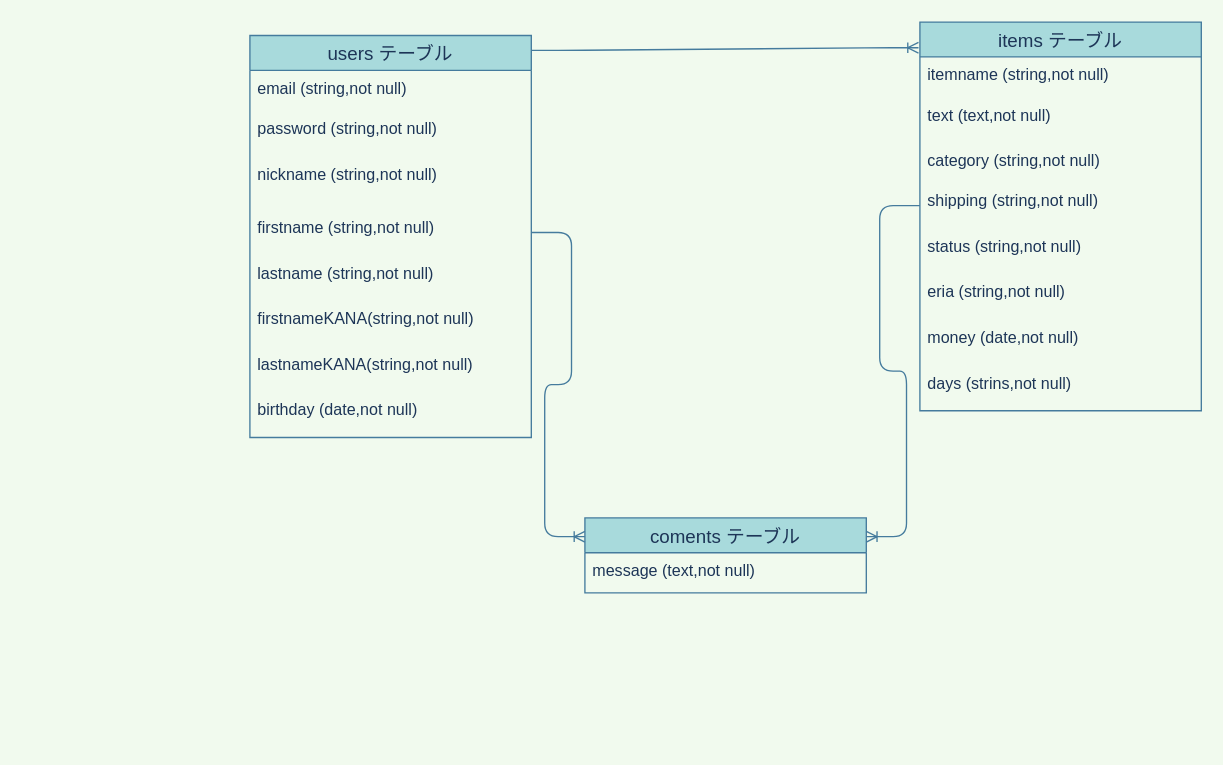
ucchiii0210/furima-32884 keeps this draw.io diagram as app/er.dio. Above is the earlier version. Source tidied: cells renumbered, new cells numbered last; positions are measured from the earlier drawing's top-left corner, leaving out a move shared by most shapes. Both pictures are drawn from the tidied source at 134%, with x=0, y=0 at pixel (249, 21).
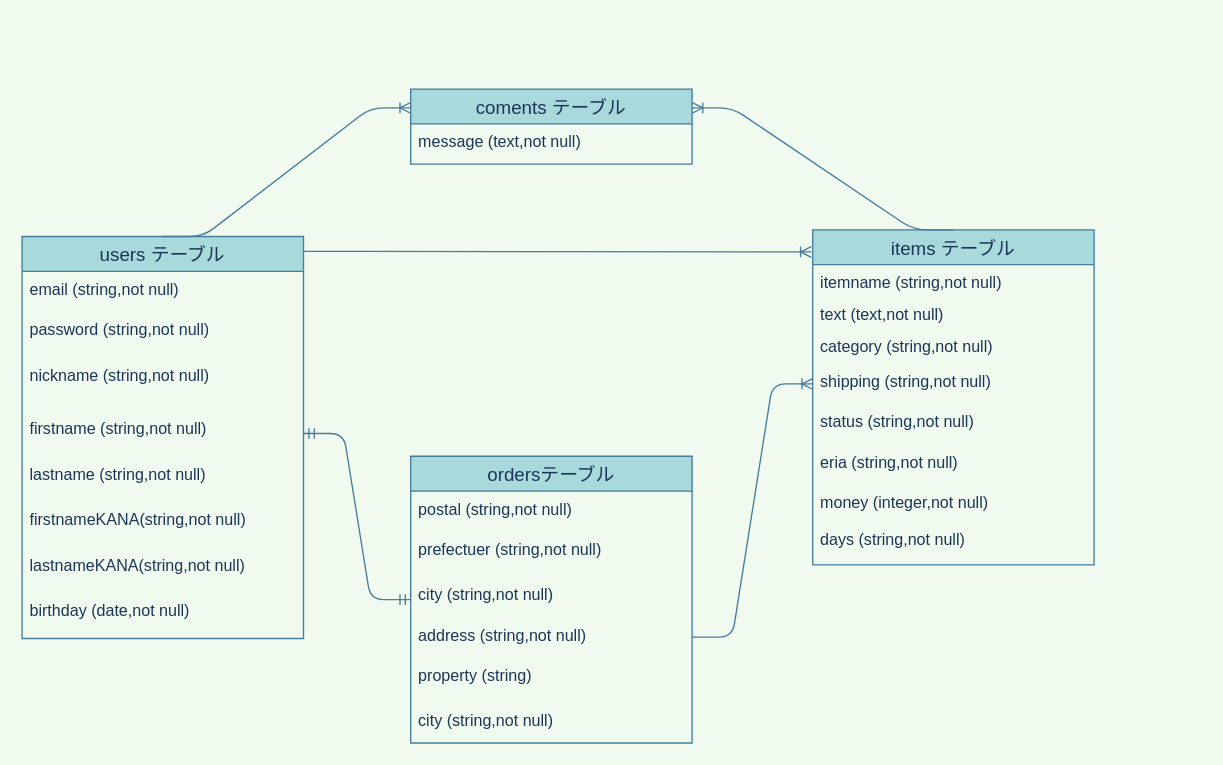
After the change.

Commit message (it also covers changes not shown here):
er図の修正とreadme作成

The change refers to these unchanged cells:
```xml
<mxCell id="6" value="firstname (string,not null)" style="text;strokeColor=none;fillColor=none;spacingLeft=4;spacingRight=4;overflow=hidden;points=[[0,0.5],[1,0.5]];portConstraint=eastwest;fontSize=12;fontColor=#1D3557;" parent="2" vertex="1">
  <mxGeometry y="130" width="210" height="34" as="geometry" />
</mxCell>
```

What changed in the source:
```diff
@@
     <mxCell id="2" value="users テーブル" style="swimlane;fontStyle=0;horizontal=1;startSize=26;align=center;fontSize=14;fillColor=#A8DADC;strokeColor=#457B9D;fontColor=#1D3557;" parent="1" vertex="1">
-      <mxGeometry y="10" width="210" height="300" as="geometry" />
+      <mxGeometry x="-170" y="160" width="210" height="300" as="geometry" />
     </mxCell>
@@
-    <mxCell id="11" style="edgeStyle=entityRelationEdgeStyle;fontSize=12;html=1;endArrow=ERoneToMany;entryX=-0.005;entryY=0.066;entryDx=0;entryDy=0;entryPerimeter=0;exitX=1;exitY=0.037;exitDx=0;exitDy=0;exitPerimeter=0;labelBackgroundColor=#F1FAEE;strokeColor=#457B9D;fontColor=#1D3557;" parent="1" edge="1" source="2" target="12">
+    <mxCell id="11" style="edgeStyle=entityRelationEdgeStyle;fontSize=12;html=1;endArrow=ERoneToMany;entryX=-0.005;entryY=0.066;entryDx=0;entryDy=0;entryPerimeter=0;exitX=1;exitY=0.037;exitDx=0;exitDy=0;exitPerimeter=0;strokeColor=#457B9D;fontColor=#1D3557;labelBackgroundColor=#F1FAEE;" parent="1" edge="1" source="2" target="12">
       <mxGeometry relative="1" as="geometry" />
     </mxCell>
     <mxCell id="12" value="items テーブル" style="swimlane;fontStyle=0;horizontal=1;startSize=26;align=center;fontSize=14;direction=east;fillColor=#A8DADC;strokeColor=#457B9D;fontColor=#1D3557;" parent="1" vertex="1">
-      <mxGeometry x="500" width="210" height="290" as="geometry" />
+      <mxGeometry x="420" y="155" width="210" height="250" as="geometry" />
     </mxCell>
     <mxCell id="13" value="itemname (string,not null)&#10;" style="text;strokeColor=none;fillColor=none;spacingLeft=4;spacingRight=4;overflow=hidden;fontSize=12;fontColor=#1D3557;" parent="12" vertex="1">
-      <mxGeometry y="26" width="210" height="30" as="geometry" />
+      <mxGeometry y="26" width="210" height="24" as="geometry" />
     </mxCell>
     <mxCell id="14" value="text (text,not null)" style="text;strokeColor=none;fillColor=none;spacingLeft=4;spacingRight=4;overflow=hidden;fontSize=12;fontColor=#1D3557;" parent="12" vertex="1">
-      <mxGeometry y="56" width="210" height="34" as="geometry" />
+      <mxGeometry y="50" width="210" height="24" as="geometry" />
     </mxCell>
     <mxCell id="15" value="category (string,not null)" style="text;strokeColor=none;fillColor=none;spacingLeft=4;spacingRight=4;overflow=hidden;fontSize=12;fontColor=#1D3557;" parent="12" vertex="1">
-      <mxGeometry y="90" width="210" height="30" as="geometry" />
+      <mxGeometry y="74" width="210" height="26" as="geometry" />
     </mxCell>
     <mxCell id="16" value="shipping (string,not null)" style="text;strokeColor=none;fillColor=none;spacingLeft=4;spacingRight=4;overflow=hidden;points=[[0,0.5],[1,0.5]];portConstraint=eastwest;fontSize=12;fontColor=#1D3557;" parent="12" vertex="1">
-      <mxGeometry y="120" width="210" height="34" as="geometry" />
+      <mxGeometry y="100" width="210" height="30" as="geometry" />
     </mxCell>
     <mxCell id="17" value="status (string,not null)" style="text;strokeColor=none;fillColor=none;spacingLeft=4;spacingRight=4;overflow=hidden;fontSize=12;fontColor=#1D3557;" parent="12" vertex="1">
-      <mxGeometry y="154" width="210" height="34" as="geometry" />
+      <mxGeometry y="130" width="210" height="30" as="geometry" />
     </mxCell>
     <mxCell id="18" value="eria (string,not null)" style="text;strokeColor=none;fillColor=none;spacingLeft=4;spacingRight=4;overflow=hidden;fontSize=12;fontColor=#1D3557;" parent="12" vertex="1">
-      <mxGeometry y="188" width="210" height="34" as="geometry" />
+      <mxGeometry y="160" width="210" height="30" as="geometry" />
     </mxCell>
-    <mxCell id="19" value="money (date,not null)" style="text;strokeColor=none;fillColor=none;spacingLeft=4;spacingRight=4;overflow=hidden;fontSize=12;fontColor=#1D3557;" parent="12" vertex="1">
-      <mxGeometry y="222" width="210" height="34" as="geometry" />
+    <mxCell id="19" value="money (integer,not null)" style="text;strokeColor=none;fillColor=none;spacingLeft=4;spacingRight=4;overflow=hidden;fontSize=12;fontColor=#1D3557;labelBackgroundColor=none;" parent="12" vertex="1">
+      <mxGeometry y="190" width="210" height="28" as="geometry" />
     </mxCell>
-    <mxCell id="20" value="days (strins,not null)" style="text;strokeColor=none;fillColor=none;spacingLeft=4;spacingRight=4;overflow=hidden;fontSize=12;fontColor=#1D3557;" parent="12" vertex="1">
-      <mxGeometry y="256" width="210" height="34" as="geometry" />
+    <mxCell id="20" value="days (string,not null)" style="text;strokeColor=none;fillColor=none;spacingLeft=4;spacingRight=4;overflow=hidden;fontSize=12;fontColor=#1D3557;" parent="12" vertex="1">
+      <mxGeometry y="218" width="210" height="32" as="geometry" />
     </mxCell>
     <mxCell id="21" value="coments テーブル" style="swimlane;fontStyle=0;horizontal=1;startSize=26;align=center;fontSize=14;fillColor=#A8DADC;strokeColor=#457B9D;fontColor=#1D3557;" parent="1" vertex="1">
-      <mxGeometry x="250" y="370" width="210" height="56" as="geometry" />
+      <mxGeometry x="120" y="50" width="210" height="56" as="geometry" />
     </mxCell>
@@
-    <mxCell id="23" style="edgeStyle=entityRelationEdgeStyle;fontSize=12;html=1;endArrow=ERoneToMany;exitX=1;exitY=0.5;exitDx=0;exitDy=0;entryX=0;entryY=0.25;entryDx=0;entryDy=0;labelBackgroundColor=#F1FAEE;strokeColor=#457B9D;fontColor=#1D3557;" parent="1" edge="1" source="6" target="21">
+    <mxCell id="23" style="edgeStyle=entityRelationEdgeStyle;fontSize=12;html=1;endArrow=ERoneToMany;exitX=0.5;exitY=0;exitDx=0;exitDy=0;entryX=0;entryY=0.25;entryDx=0;entryDy=0;strokeColor=#457B9D;fontColor=#1D3557;labelBackgroundColor=#F1FAEE;" parent="1" edge="1" source="2" target="21">
       <mxGeometry relative="1" as="geometry" />
     </mxCell>
-    <mxCell id="24" style="edgeStyle=entityRelationEdgeStyle;fontSize=12;html=1;endArrow=ERoneToMany;exitX=0;exitY=0.5;exitDx=0;exitDy=0;entryX=1;entryY=0.25;entryDx=0;entryDy=0;labelBackgroundColor=#F1FAEE;strokeColor=#457B9D;fontColor=#1D3557;" parent="1" edge="1" source="16" target="21">
+    <mxCell id="24" style="edgeStyle=entityRelationEdgeStyle;fontSize=12;html=1;endArrow=ERoneToMany;exitX=0.5;exitY=0;exitDx=0;exitDy=0;entryX=1;entryY=0.25;entryDx=0;entryDy=0;strokeColor=#457B9D;fontColor=#1D3557;labelBackgroundColor=#F1FAEE;" parent="1" edge="1" source="12" target="21">
       <mxGeometry relative="1" as="geometry" />
     </mxCell>
+    <mxCell id="25" value="ordersテーブル" style="swimlane;fontStyle=0;horizontal=1;startSize=26;align=center;fontSize=14;fillColor=#A8DADC;fontColor=#1D3557;labelBorderColor=none;strokeColor=#457B9D;" parent="1" vertex="1">
+      <mxGeometry x="120" y="324" width="210" height="214" as="geometry" />
+    </mxCell>
+    <mxCell id="26" value="postal (string,not null)&#10;" style="text;strokeColor=none;fillColor=none;spacingLeft=4;spacingRight=4;overflow=hidden;fontSize=12;fontColor=#1D3557;" parent="25" vertex="1">
+      <mxGeometry y="26" width="210" height="30" as="geometry" />
+    </mxCell>
+    <mxCell id="27" value="prefectuer (string,not null)" style="text;strokeColor=none;fillColor=none;spacingLeft=4;spacingRight=4;overflow=hidden;fontSize=12;fontColor=#1D3557;labelBorderColor=none;" parent="25" vertex="1">
+      <mxGeometry y="56" width="210" height="34" as="geometry" />
+    </mxCell>
+    <mxCell id="28" value="city (string,not null)" style="text;strokeColor=none;fillColor=none;spacingLeft=4;spacingRight=4;overflow=hidden;fontSize=12;fontColor=#1D3557;" parent="25" vertex="1">
+      <mxGeometry y="90" width="210" height="30" as="geometry" />
+    </mxCell>
+    <mxCell id="29" value="address (string,not null)" style="text;strokeColor=none;fillColor=none;spacingLeft=4;spacingRight=4;overflow=hidden;points=[[0,0.5],[1,0.5]];portConstraint=eastwest;fontSize=12;fontColor=#1D3557;" parent="25" vertex="1">
+      <mxGeometry y="120" width="210" height="30" as="geometry" />
+    </mxCell>
+    <mxCell id="30" value="property (string)" style="text;strokeColor=none;fillColor=none;spacingLeft=4;spacingRight=4;overflow=hidden;fontSize=12;fontColor=#1D3557;" parent="25" vertex="1">
+      <mxGeometry y="150" width="210" height="34" as="geometry" />
+    </mxCell>
+    <mxCell id="31" value="city (string,not null)" style="text;strokeColor=none;fillColor=none;spacingLeft=4;spacingRight=4;overflow=hidden;fontSize=12;fontColor=#1D3557;" parent="25" vertex="1">
+      <mxGeometry y="184" width="210" height="30" as="geometry" />
+    </mxCell>
+    <mxCell id="32" style="edgeStyle=entityRelationEdgeStyle;fontSize=12;html=1;endArrow=ERmandOne;startArrow=ERmandOne;strokeColor=#457B9D;fillColor=#A8DADC;entryX=1;entryY=0.5;entryDx=0;entryDy=0;" parent="1" edge="1" source="25" target="6">
+      <mxGeometry relative="1" as="geometry" />
+    </mxCell>
+    <mxCell id="33" style="edgeStyle=entityRelationEdgeStyle;fontSize=12;html=1;endArrow=ERoneToMany;entryX=0;entryY=0.5;entryDx=0;entryDy=0;exitX=1;exitY=0.5;exitDx=0;exitDy=0;strokeColor=#457B9D;fontColor=#1D3557;labelBackgroundColor=#F1FAEE;" parent="1" edge="1" source="29" target="16">
+      <mxGeometry relative="1" as="geometry" />
+    </mxCell>
```
